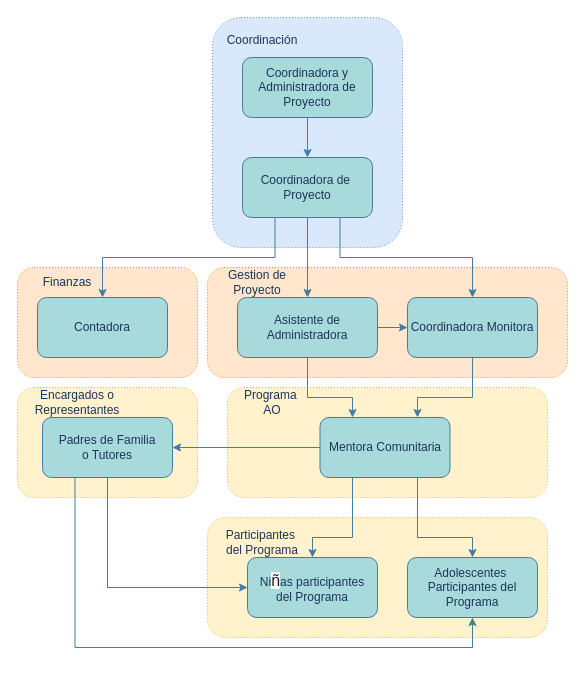
NealD00/Diagramin keeps this draw.io diagram as page "Organigrama" (3 of 3) of REDMI.drawio. Above is the earlier version. Source tidied: cells renumbered, new cells numbered last; positions are measured from the earlier drawing's top-left corner, leaving out a move shared by most shapes. Both pictures are drawn from the tidied source at 100%, with x=0, y=0 at pixel (17, 17).
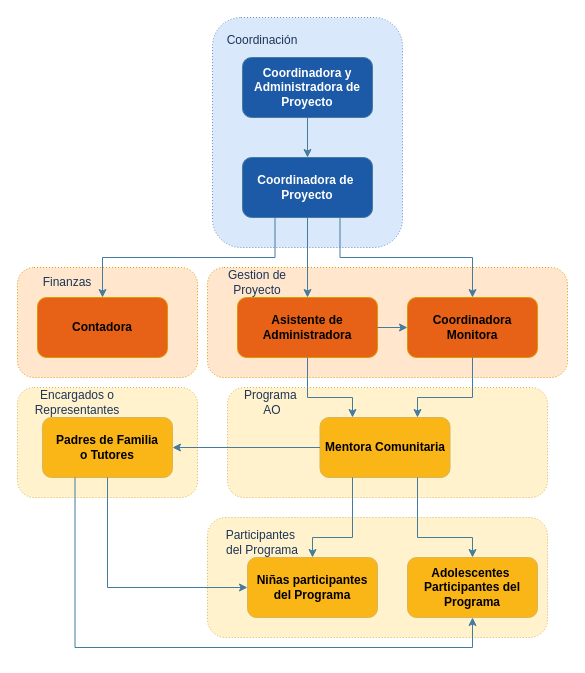
The same diagram, later.

Diff of the diagram source:
```diff
@@
-    <mxCell id="2" style="rounded=1;whiteSpace=wrap;html=1;dashed=1;dashPattern=1 2;labelBackgroundColor=none;fillColor=#fff2cc;strokeColor=#d6b656;" parent="1" vertex="1">
+    <mxCell id="2" style="rounded=1;whiteSpace=wrap;html=1;dashed=1;dashPattern=1 2;labelBackgroundColor=none;fillColor=#fff2cc;strokeColor=#d6b656;fontStyle=1;" parent="1" vertex="1">
       <mxGeometry x="190" y="500" width="340" height="120" as="geometry" />
     </mxCell>
-    <mxCell id="3" value="Adolescentes&amp;nbsp;&lt;div&gt;Participantes del&lt;/div&gt;&lt;div&gt;Programa&lt;/div&gt;" style="rounded=1;whiteSpace=wrap;html=1;labelBackgroundColor=none;fillColor=#A8DADC;strokeColor=#457B9D;fontColor=#1D3557;" parent="1" vertex="1">
+    <mxCell id="3" value="Adolescentes&amp;nbsp;&lt;div&gt;Participantes del&lt;/div&gt;&lt;div&gt;Programa&lt;/div&gt;" style="rounded=1;whiteSpace=wrap;html=1;labelBackgroundColor=none;fillColor=#FAB516;strokeColor=#d6b656;fontStyle=1;" parent="1" vertex="1">
       <mxGeometry x="390" y="540" width="130" height="60" as="geometry" />
     </mxCell>
-    <mxCell id="4" style="rounded=1;whiteSpace=wrap;html=1;dashed=1;dashPattern=1 2;labelBackgroundColor=none;fillColor=#fff2cc;strokeColor=#d6b656;" parent="1" vertex="1">
+    <mxCell id="4" style="rounded=1;whiteSpace=wrap;html=1;dashed=1;dashPattern=1 2;labelBackgroundColor=none;fillColor=#fff2cc;strokeColor=#d6b656;fontStyle=1;" parent="1" vertex="1">
       <mxGeometry x="210" y="370" width="320" height="110" as="geometry" />
     </mxCell>
-    <mxCell id="5" style="rounded=1;whiteSpace=wrap;html=1;dashed=1;dashPattern=1 2;labelBackgroundColor=none;fillColor=#ffe6cc;strokeColor=#d79b00;" parent="1" vertex="1">
+    <mxCell id="5" style="rounded=1;whiteSpace=wrap;html=1;dashed=1;dashPattern=1 2;labelBackgroundColor=none;fillColor=#ffe6cc;strokeColor=#d79b00;fontStyle=1;" parent="1" vertex="1">
       <mxGeometry x="190" y="250" width="360" height="110" as="geometry" />
     </mxCell>
-    <mxCell id="6" style="rounded=1;whiteSpace=wrap;html=1;dashed=1;dashPattern=1 2;labelBackgroundColor=none;fillColor=#ffe6cc;strokeColor=#d79b00;" parent="1" vertex="1">
+    <mxCell id="6" style="rounded=1;whiteSpace=wrap;html=1;dashed=1;dashPattern=1 2;labelBackgroundColor=none;fillColor=#ffe6cc;strokeColor=#d79b00;fontStyle=1;" parent="1" vertex="1">
       <mxGeometry y="250" width="180" height="110" as="geometry" />
     </mxCell>
-    <mxCell id="7" style="rounded=1;whiteSpace=wrap;html=1;dashed=1;dashPattern=1 2;labelBackgroundColor=none;fillColor=#dae8fc;strokeColor=#6c8ebf;" parent="1" vertex="1">
+    <mxCell id="7" style="rounded=1;whiteSpace=wrap;html=1;dashed=1;dashPattern=1 2;labelBackgroundColor=none;fillColor=#dae8fc;strokeColor=#6c8ebf;fontStyle=1;" parent="1" vertex="1">
       <mxGeometry x="195" width="190" height="230" as="geometry" />
     </mxCell>
-    <mxCell id="8" value="Coordinadora Monitora" style="rounded=1;whiteSpace=wrap;html=1;labelBackgroundColor=none;fillColor=#A8DADC;strokeColor=#457B9D;fontColor=#1D3557;" parent="1" vertex="1">
+    <mxCell id="8" value="Coordinadora Monitora" style="rounded=1;whiteSpace=wrap;html=1;labelBackgroundColor=none;fillColor=#E76216;strokeColor=#d79b00;fontStyle=1;" parent="1" vertex="1">
       <mxGeometry x="390" y="280" width="130" height="60" as="geometry" />
     </mxCell>
-    <mxCell id="9" value="Coordinadora de&amp;nbsp;&lt;div&gt;Proyecto&lt;/div&gt;" style="rounded=1;whiteSpace=wrap;html=1;labelBackgroundColor=none;fillColor=#A8DADC;strokeColor=#457B9D;fontColor=#1D3557;" parent="1" vertex="1">
+    <mxCell id="9" value="&lt;font color=&quot;#ffffff&quot;&gt;Coordinadora de&amp;nbsp;&lt;/font&gt;&lt;div&gt;&lt;font color=&quot;#ffffff&quot;&gt;Proyecto&lt;/font&gt;&lt;/div&gt;" style="rounded=1;whiteSpace=wrap;html=1;labelBackgroundColor=none;fillColor=#1C5AA7;strokeColor=#457B9D;fontColor=#1D3557;fontStyle=1;" parent="1" vertex="1">
       <mxGeometry x="225" y="140" width="130" height="60" as="geometry" />
     </mxCell>
-    <mxCell id="10" value="Mentora Comunitaria" style="rounded=1;whiteSpace=wrap;html=1;labelBackgroundColor=none;fillColor=#A8DADC;strokeColor=#457B9D;fontColor=#1D3557;" parent="1" vertex="1">
+    <mxCell id="10" value="Mentora Comunitaria" style="rounded=1;whiteSpace=wrap;html=1;labelBackgroundColor=none;fillColor=#FAB516;strokeColor=#d6b656;fontStyle=1;" parent="1" vertex="1">
       <mxGeometry x="302.5" y="400" width="130" height="60" as="geometry" />
     </mxCell>
-    <mxCell id="11" value="Coordinadora y Administradora de Proyecto" style="rounded=1;whiteSpace=wrap;html=1;labelBackgroundColor=none;fillColor=#A8DADC;strokeColor=#457B9D;fontColor=#1D3557;" parent="1" vertex="1">
+    <mxCell id="11" value="&lt;font color=&quot;#ffffff&quot;&gt;Coordinadora y Administradora de Proyecto&lt;/font&gt;" style="rounded=1;whiteSpace=wrap;html=1;labelBackgroundColor=none;fillColor=#1C5AA7;strokeColor=#457B9D;fontColor=#000000;fontStyle=1;" parent="1" vertex="1">
       <mxGeometry x="225" y="40" width="130" height="60" as="geometry" />
     </mxCell>
-    <mxCell id="12" value="Asistente de&lt;div&gt;Administradora&lt;/div&gt;" style="rounded=1;whiteSpace=wrap;html=1;labelBackgroundColor=none;fillColor=#A8DADC;strokeColor=#457B9D;fontColor=#1D3557;" parent="1" vertex="1">
+    <mxCell id="12" value="Asistente de&lt;div&gt;Administradora&lt;/div&gt;" style="rounded=1;whiteSpace=wrap;html=1;labelBackgroundColor=none;fillColor=#E76216;strokeColor=#d79b00;fontStyle=1;" parent="1" vertex="1">
       <mxGeometry x="220" y="280" width="140" height="60" as="geometry" />
     </mxCell>
-    <mxCell id="13" value="Contadora" style="rounded=1;whiteSpace=wrap;html=1;labelBackgroundColor=none;fillColor=#A8DADC;strokeColor=#457B9D;fontColor=#1D3557;" parent="1" vertex="1">
+    <mxCell id="13" value="Contadora" style="rounded=1;whiteSpace=wrap;html=1;labelBackgroundColor=none;fillColor=#E76216;strokeColor=#d79b00;fontStyle=1;" parent="1" vertex="1">
       <mxGeometry x="20" y="280" width="130" height="60" as="geometry" />
     </mxCell>
-    <mxCell id="14" value="Ni&lt;span style=&quot;color: rgb(32, 33, 34); font-family: sans-serif; font-size: 16px; text-align: start; background-color: rgb(255, 255, 255);&quot;&gt;ñ&lt;/span&gt;as participantes&lt;div&gt;del Programa&lt;/div&gt;" style="rounded=1;whiteSpace=wrap;html=1;labelBackgroundColor=none;fillColor=#A8DADC;strokeColor=#457B9D;fontColor=#1D3557;" parent="1" vertex="1">
+    <mxCell id="14" value="&lt;div style=&quot;text-align: start;&quot;&gt;&lt;span style=&quot;background-color: initial;&quot;&gt;Niñ&lt;/span&gt;&lt;span style=&quot;background-color: initial;&quot;&gt;as participantes&lt;/span&gt;&lt;/div&gt;&lt;div&gt;del Programa&lt;/div&gt;" style="rounded=1;whiteSpace=wrap;html=1;labelBackgroundColor=none;fillColor=#FAB516;strokeColor=#d6b656;fontStyle=1;" parent="1" vertex="1">
       <mxGeometry x="230" y="540" width="130" height="60" as="geometry" />
     </mxCell>
-    <mxCell id="15" value="&lt;div&gt;&lt;br&gt;&lt;/div&gt;&lt;div&gt;Coordinación&lt;/div&gt;" style="text;html=1;align=center;verticalAlign=middle;whiteSpace=wrap;rounded=0;labelBackgroundColor=none;fontColor=#1D3557;" parent="1" vertex="1">
+    <mxCell id="15" value="&lt;div&gt;&lt;br&gt;&lt;/div&gt;&lt;div&gt;Coordinación&lt;/div&gt;" style="text;html=1;align=center;verticalAlign=middle;whiteSpace=wrap;rounded=0;labelBackgroundColor=none;fontColor=#1D3557;fontStyle=0;" parent="1" vertex="1">
       <mxGeometry x="215" width="60" height="30" as="geometry" />
     </mxCell>
-    <mxCell id="16" style="endArrow=classic;html=1;rounded=0;entryX=0.5;entryY=0;entryDx=0;entryDy=0;exitX=0.5;exitY=1;exitDx=0;exitDy=0;labelBackgroundColor=none;strokeColor=#457B9D;fontColor=default;" parent="1" edge="1" source="11" target="9">
+    <mxCell id="16" style="endArrow=classic;html=1;rounded=0;entryX=0.5;entryY=0;entryDx=0;entryDy=0;exitX=0.5;exitY=1;exitDx=0;exitDy=0;labelBackgroundColor=none;strokeColor=#457B9D;fontColor=default;fontStyle=1;" parent="1" edge="1" source="11" target="9">
       <mxGeometry relative="1" as="geometry" />
     </mxCell>
-    <mxCell id="17" value="&lt;div&gt;Finanzas&lt;/div&gt;" style="text;html=1;align=center;verticalAlign=middle;whiteSpace=wrap;rounded=0;labelBackgroundColor=none;fontColor=#1D3557;" parent="1" vertex="1">
+    <mxCell id="17" value="&lt;div&gt;Finanzas&lt;/div&gt;" style="text;html=1;align=center;verticalAlign=middle;whiteSpace=wrap;rounded=0;labelBackgroundColor=none;fontColor=#1D3557;fontStyle=0;" parent="1" vertex="1">
       <mxGeometry x="20" y="250" width="60" height="30" as="geometry" />
     </mxCell>
-    <mxCell id="18" value="&lt;div&gt;Gestion de Proyecto&lt;/div&gt;" style="text;html=1;align=center;verticalAlign=middle;whiteSpace=wrap;rounded=0;labelBackgroundColor=none;fontColor=#1D3557;" parent="1" vertex="1">
+    <mxCell id="18" value="&lt;div&gt;Gestion de Proyecto&lt;/div&gt;" style="text;html=1;align=center;verticalAlign=middle;whiteSpace=wrap;rounded=0;labelBackgroundColor=none;fontColor=#1D3557;fontStyle=0;" parent="1" vertex="1">
       <mxGeometry x="190" y="250" width="100" height="30" as="geometry" />
     </mxCell>
-    <mxCell id="19" value="Programa&amp;nbsp;&lt;div&gt;AO&lt;/div&gt;" style="text;html=1;align=center;verticalAlign=middle;whiteSpace=wrap;rounded=0;labelBackgroundColor=none;fontColor=#1D3557;" parent="1" vertex="1">
+    <mxCell id="19" value="Programa&amp;nbsp;&lt;div&gt;AO&lt;/div&gt;" style="text;html=1;align=center;verticalAlign=middle;whiteSpace=wrap;rounded=0;labelBackgroundColor=none;fontColor=#1D3557;fontStyle=0;" parent="1" vertex="1">
       <mxGeometry x="205" y="370" width="100" height="30" as="geometry" />
     </mxCell>
-    <mxCell id="20" value="Participantes&amp;nbsp;&lt;div&gt;del Programa&lt;/div&gt;" style="text;html=1;align=center;verticalAlign=middle;whiteSpace=wrap;rounded=0;labelBackgroundColor=none;fontColor=#1D3557;" parent="1" vertex="1">
+    <mxCell id="20" value="Participantes&amp;nbsp;&lt;div&gt;del Programa&lt;/div&gt;" style="text;html=1;align=center;verticalAlign=middle;whiteSpace=wrap;rounded=0;labelBackgroundColor=none;fontColor=#1D3557;fontStyle=0;" parent="1" vertex="1">
       <mxGeometry x="195" y="510" width="100" height="30" as="geometry" />
     </mxCell>
-    <mxCell id="21" style="rounded=1;whiteSpace=wrap;html=1;dashed=1;dashPattern=1 2;labelBackgroundColor=none;fillColor=#fff2cc;strokeColor=#d6b656;" parent="1" vertex="1">
+    <mxCell id="21" style="rounded=1;whiteSpace=wrap;html=1;dashed=1;dashPattern=1 2;labelBackgroundColor=none;fillColor=#fff2cc;strokeColor=#d6b656;fontStyle=1;" parent="1" vertex="1">
       <mxGeometry y="370" width="180" height="110" as="geometry" />
     </mxCell>
-    <mxCell id="22" value="Encargados o Representantes" style="text;html=1;align=center;verticalAlign=middle;whiteSpace=wrap;rounded=0;labelBackgroundColor=none;fontColor=#1D3557;" parent="1" vertex="1">
+    <mxCell id="22" value="Encargados o Representantes" style="text;html=1;align=center;verticalAlign=middle;whiteSpace=wrap;rounded=0;labelBackgroundColor=none;fontColor=#1D3557;fontStyle=0;" parent="1" vertex="1">
       <mxGeometry x="10" y="370" width="100" height="30" as="geometry" />
     </mxCell>
-    <mxCell id="23" value="Padres de Familia&lt;div&gt;o Tutores&lt;/div&gt;" style="rounded=1;whiteSpace=wrap;html=1;labelBackgroundColor=none;fillColor=#A8DADC;strokeColor=#457B9D;fontColor=#1D3557;" parent="1" vertex="1">
+    <mxCell id="23" value="Padres de Familia&lt;div&gt;o Tutores&lt;/div&gt;" style="rounded=1;whiteSpace=wrap;html=1;labelBackgroundColor=none;fillColor=#FAB516;strokeColor=#d6b656;fontStyle=1;" parent="1" vertex="1">
       <mxGeometry x="25" y="400" width="130" height="60" as="geometry" />
     </mxCell>
-    <mxCell id="24" style="endArrow=classic;html=1;rounded=0;entryX=1;entryY=1;entryDx=0;entryDy=0;exitX=0.5;exitY=1;exitDx=0;exitDy=0;labelBackgroundColor=none;strokeColor=#457B9D;fontColor=default;" parent="1" edge="1" source="9" target="18">
+    <mxCell id="24" style="endArrow=classic;html=1;rounded=0;entryX=1;entryY=1;entryDx=0;entryDy=0;exitX=0.5;exitY=1;exitDx=0;exitDy=0;labelBackgroundColor=none;strokeColor=#457B9D;fontColor=default;fontStyle=1;" parent="1" edge="1" source="9" target="18">
       <mxGeometry relative="1" as="geometry" />
     </mxCell>
-    <mxCell id="25" style="endArrow=classic;html=1;rounded=0;entryX=0.5;entryY=0;entryDx=0;entryDy=0;exitX=0.75;exitY=1;exitDx=0;exitDy=0;edgeStyle=orthogonalEdgeStyle;labelBackgroundColor=none;strokeColor=#457B9D;fontColor=default;" parent="1" edge="1" source="9" target="8">
+    <mxCell id="25" style="endArrow=classic;html=1;rounded=0;entryX=0.5;entryY=0;entryDx=0;entryDy=0;exitX=0.75;exitY=1;exitDx=0;exitDy=0;edgeStyle=orthogonalEdgeStyle;labelBackgroundColor=none;strokeColor=#457B9D;fontColor=default;fontStyle=1;" parent="1" edge="1" source="9" target="8">
       <mxGeometry relative="1" as="geometry" />
     </mxCell>
-    <mxCell id="26" style="endArrow=classic;html=1;rounded=0;entryX=0.5;entryY=0;entryDx=0;entryDy=0;exitX=0.25;exitY=1;exitDx=0;exitDy=0;edgeStyle=orthogonalEdgeStyle;labelBackgroundColor=none;strokeColor=#457B9D;fontColor=default;" parent="1" edge="1" source="9" target="13">
+    <mxCell id="26" style="endArrow=classic;html=1;rounded=0;entryX=0.5;entryY=0;entryDx=0;entryDy=0;exitX=0.25;exitY=1;exitDx=0;exitDy=0;edgeStyle=orthogonalEdgeStyle;labelBackgroundColor=none;strokeColor=#457B9D;fontColor=default;fontStyle=1;" parent="1" edge="1" source="9" target="13">
       <mxGeometry relative="1" as="geometry" />
     </mxCell>
-    <mxCell id="27" style="endArrow=classic;html=1;rounded=0;entryX=0;entryY=0.5;entryDx=0;entryDy=0;exitX=1;exitY=0.5;exitDx=0;exitDy=0;labelBackgroundColor=none;strokeColor=#457B9D;fontColor=default;" parent="1" edge="1" source="12" target="8">
+    <mxCell id="27" style="endArrow=classic;html=1;rounded=0;entryX=0;entryY=0.5;entryDx=0;entryDy=0;exitX=1;exitY=0.5;exitDx=0;exitDy=0;labelBackgroundColor=none;strokeColor=#457B9D;fontColor=default;fontStyle=1;" parent="1" edge="1" source="12" target="8">
       <mxGeometry relative="1" as="geometry" />
     </mxCell>
-    <mxCell id="28" style="endArrow=classic;html=1;rounded=0;entryX=0.25;entryY=0;entryDx=0;entryDy=0;exitX=0.5;exitY=1;exitDx=0;exitDy=0;edgeStyle=orthogonalEdgeStyle;labelBackgroundColor=none;strokeColor=#457B9D;fontColor=default;" parent="1" edge="1" source="12" target="10">
+    <mxCell id="28" style="endArrow=classic;html=1;rounded=0;entryX=0.25;entryY=0;entryDx=0;entryDy=0;exitX=0.5;exitY=1;exitDx=0;exitDy=0;edgeStyle=orthogonalEdgeStyle;labelBackgroundColor=none;strokeColor=#457B9D;fontColor=default;fontStyle=1;" parent="1" edge="1" source="12" target="10">
       <mxGeometry relative="1" as="geometry">
         <Array as="points">
           <mxPoint x="290" y="380" />
           <mxPoint x="335" y="380" />
         </Array>
       </mxGeometry>
     </mxCell>
-    <mxCell id="29" style="endArrow=classic;html=1;rounded=0;entryX=0.75;entryY=0;entryDx=0;entryDy=0;exitX=0.5;exitY=1;exitDx=0;exitDy=0;edgeStyle=orthogonalEdgeStyle;labelBackgroundColor=none;strokeColor=#457B9D;fontColor=default;" parent="1" edge="1" source="8" target="10">
+    <mxCell id="29" style="endArrow=classic;html=1;rounded=0;entryX=0.75;entryY=0;entryDx=0;entryDy=0;exitX=0.5;exitY=1;exitDx=0;exitDy=0;edgeStyle=orthogonalEdgeStyle;labelBackgroundColor=none;strokeColor=#457B9D;fontColor=default;fontStyle=1;" parent="1" edge="1" source="8" target="10">
       <mxGeometry relative="1" as="geometry">
         <Array as="points">
           <mxPoint x="455" y="380" />
           <mxPoint x="400" y="380" />
         </Array>
       </mxGeometry>
     </mxCell>
-    <mxCell id="30" style="endArrow=classic;html=1;rounded=0;entryX=1;entryY=0.5;entryDx=0;entryDy=0;exitX=0;exitY=0.5;exitDx=0;exitDy=0;labelBackgroundColor=none;strokeColor=#457B9D;fontColor=default;" parent="1" edge="1" source="10" target="23">
+    <mxCell id="30" style="endArrow=classic;html=1;rounded=0;entryX=1;entryY=0.5;entryDx=0;entryDy=0;exitX=0;exitY=0.5;exitDx=0;exitDy=0;labelBackgroundColor=none;strokeColor=#457B9D;fontColor=default;fontStyle=1;" parent="1" edge="1" source="10" target="23">
       <mxGeometry relative="1" as="geometry" />
     </mxCell>
-    <mxCell id="31" style="endArrow=classic;html=1;rounded=0;entryX=0.5;entryY=0;entryDx=0;entryDy=0;exitX=0.75;exitY=1;exitDx=0;exitDy=0;edgeStyle=orthogonalEdgeStyle;labelBackgroundColor=none;strokeColor=#457B9D;fontColor=default;" parent="1" edge="1" source="10" target="3">
+    <mxCell id="31" style="endArrow=classic;html=1;rounded=0;entryX=0.5;entryY=0;entryDx=0;entryDy=0;exitX=0.75;exitY=1;exitDx=0;exitDy=0;edgeStyle=orthogonalEdgeStyle;labelBackgroundColor=none;strokeColor=#457B9D;fontColor=default;fontStyle=1;" parent="1" edge="1" source="10" target="3">
       <mxGeometry relative="1" as="geometry">
         <Array as="points">
           <mxPoint x="400" y="520" />
           <mxPoint x="455" y="520" />
         </Array>
       </mxGeometry>
     </mxCell>
-    <mxCell id="32" style="endArrow=classic;html=1;rounded=0;entryX=0.5;entryY=0;entryDx=0;entryDy=0;exitX=0.25;exitY=1;exitDx=0;exitDy=0;edgeStyle=orthogonalEdgeStyle;labelBackgroundColor=none;strokeColor=#457B9D;fontColor=default;" parent="1" edge="1" source="10" target="14">
+    <mxCell id="32" style="endArrow=classic;html=1;rounded=0;entryX=0.5;entryY=0;entryDx=0;entryDy=0;exitX=0.25;exitY=1;exitDx=0;exitDy=0;edgeStyle=orthogonalEdgeStyle;labelBackgroundColor=none;strokeColor=#457B9D;fontColor=default;fontStyle=1;" parent="1" edge="1" source="10" target="14">
       <mxGeometry relative="1" as="geometry">
         <Array as="points">
           <mxPoint x="335" y="520" />
           <mxPoint x="295" y="520" />
         </Array>
       </mxGeometry>
     </mxCell>
-    <mxCell id="33" style="endArrow=classic;html=1;rounded=0;entryX=0;entryY=0.5;entryDx=0;entryDy=0;exitX=0.5;exitY=1;exitDx=0;exitDy=0;edgeStyle=orthogonalEdgeStyle;labelBackgroundColor=none;strokeColor=#457B9D;fontColor=default;" parent="1" edge="1" source="23" target="14">
+    <mxCell id="33" style="endArrow=classic;html=1;rounded=0;entryX=0;entryY=0.5;entryDx=0;entryDy=0;exitX=0.5;exitY=1;exitDx=0;exitDy=0;edgeStyle=orthogonalEdgeStyle;labelBackgroundColor=none;strokeColor=#457B9D;fontColor=default;fontStyle=1;" parent="1" edge="1" source="23" target="14">
       <mxGeometry relative="1" as="geometry" />
     </mxCell>
-    <mxCell id="34" style="endArrow=classic;html=1;rounded=0;entryX=0.5;entryY=1;entryDx=0;entryDy=0;exitX=0.25;exitY=1;exitDx=0;exitDy=0;edgeStyle=orthogonalEdgeStyle;labelBackgroundColor=none;strokeColor=#457B9D;fontColor=default;" parent="1" edge="1" source="23" target="3">
+    <mxCell id="34" style="endArrow=classic;html=1;rounded=0;entryX=0.5;entryY=1;entryDx=0;entryDy=0;exitX=0.25;exitY=1;exitDx=0;exitDy=0;edgeStyle=orthogonalEdgeStyle;labelBackgroundColor=none;strokeColor=#457B9D;fontColor=default;fontStyle=1;" parent="1" edge="1" source="23" target="3">
       <mxGeometry relative="1" as="geometry">
         <Array as="points">
           <mxPoint x="57" y="630" />
           <mxPoint x="455" y="630" />
         </Array>
       </mxGeometry>
     </mxCell>
```
